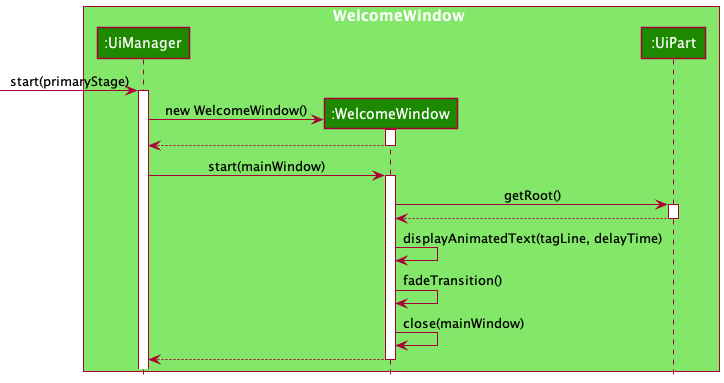
Earlier version of the PlantUML export docs/images/WelcomeWindowSequenceDiagram.png (nus-cs2103-AY2122S1/tp). The source it was exported from:
```plantuml
@startuml
!include style.puml

box WelcomeWindow UI_COLOR_T1
participant ":UiManager" as UiManager UI_COLOR
participant ":WelcomeWindow" as WelcomeWindow UI_COLOR
participant ":UiPart" as UiPart UI_COLOR

[-> UiManager : start(primaryStage)
activate UiManager

create WelcomeWindow
UiManager -> WelcomeWindow : new WelcomeWindow()
activate WelcomeWindow

WelcomeWindow --> UiManager
deactivate

UiManager -> WelcomeWindow : start(mainWindow)
activate WelcomeWindow

WelcomeWindow -> UiPart : getRoot()
activate UiPart

UiPart --> WelcomeWindow
deactivate UiPart

WelcomeWindow -> WelcomeWindow : displayAnimatedText(tagLine, delayTime)

WelcomeWindow -> WelcomeWindow : fadeTransition()

WelcomeWindow -> WelcomeWindow : close(mainWindow)

WelcomeWindow --> UiManager
deactivate WelcomeWindow

@enduml
```
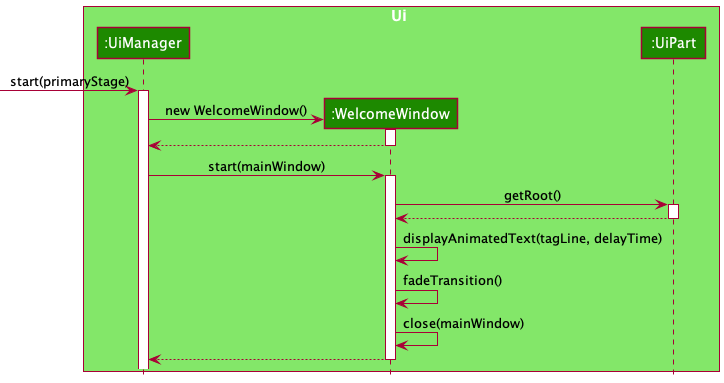
The same file after the commit.

Commit message:
Update Sequence Diagram

Change to the diagram source:
```diff
@@ -1,7 +1,7 @@
 @startuml
 !include style.puml
 
-box WelcomeWindow UI_COLOR_T1
+box Ui UI_COLOR_T1
 participant ":UiManager" as UiManager UI_COLOR
 participant ":WelcomeWindow" as WelcomeWindow UI_COLOR
 participant ":UiPart" as UiPart UI_COLOR
```
